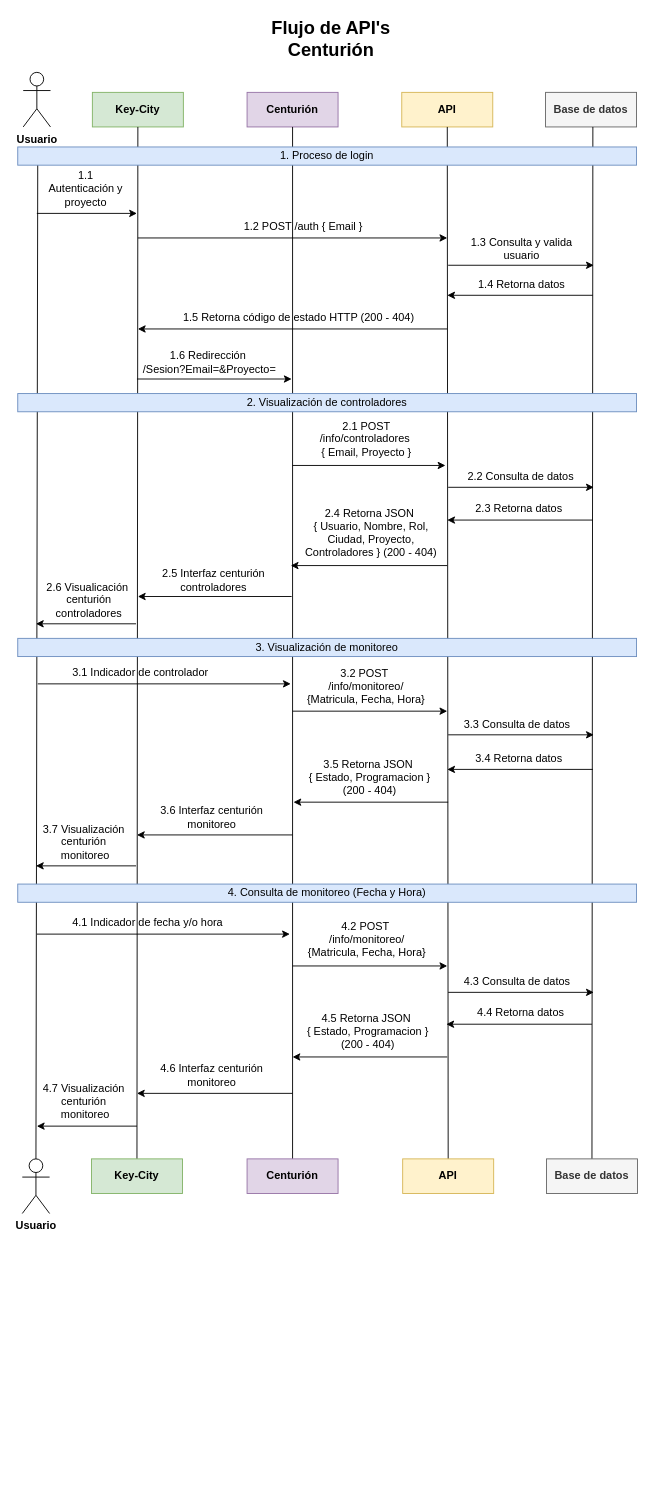
Earlier version of the draw.io diagram DiagramaCenturion.drawio (ChirinosM/Prueba). Source tidied: cells renumbered, new cells numbered last; positions are measured from the earlier drawing's top-left corner, leaving out a move shared by most shapes. Both pictures are drawn from the tidied source at 91%, with x=0, y=0 at pixel (17, 24).
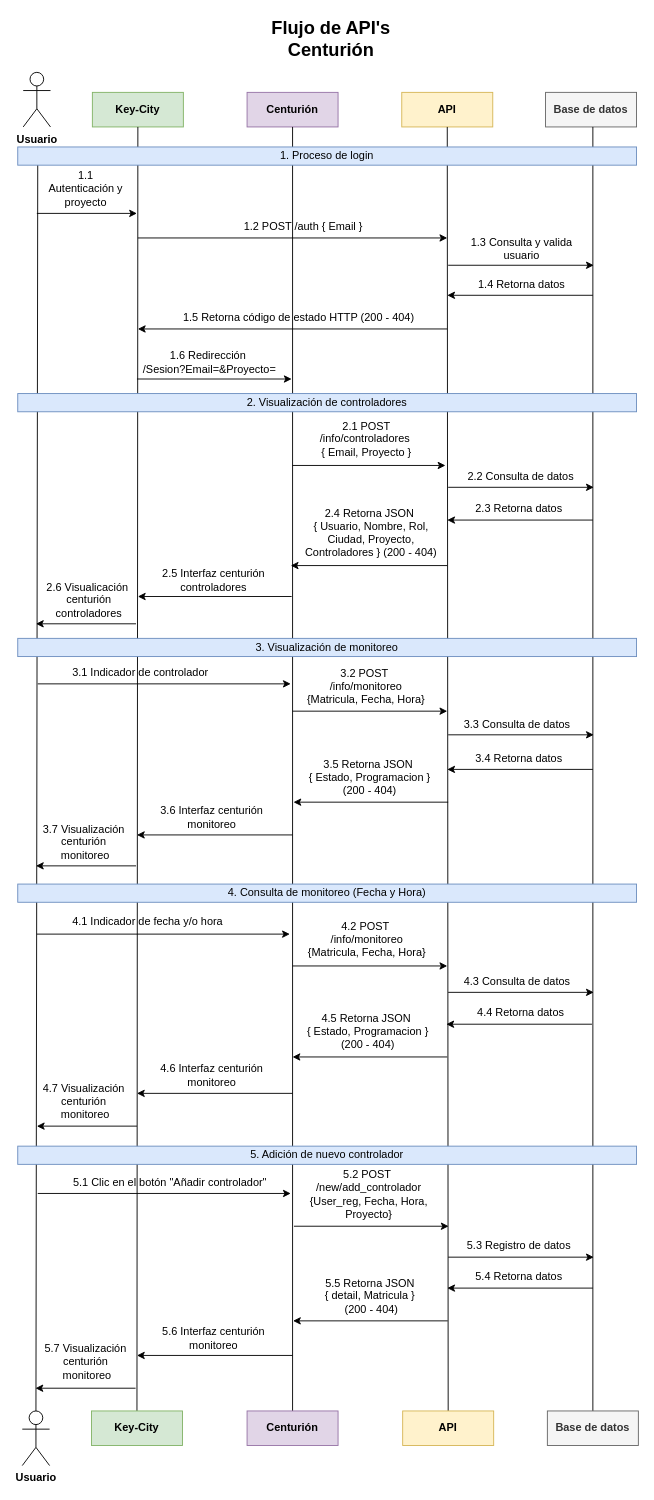
The same page after the edit.

The edit, as a diff of the source:
```diff
@@
-    <mxCell id="35" value="3.2 POST&amp;nbsp;&lt;div&gt;/info/monitoreo/&lt;div&gt;{Matricula, Fecha, Hora}&lt;/div&gt;&lt;/div&gt;" style="text;html=1;align=center;verticalAlign=middle;whiteSpace=wrap;rounded=0;" parent="1" vertex="1">
+    <mxCell id="35" value="3.2 POST&amp;nbsp;&lt;div&gt;/info/monitoreo&lt;div&gt;{Matricula, Fecha, Hora}&lt;/div&gt;&lt;/div&gt;" style="text;html=1;align=center;verticalAlign=middle;whiteSpace=wrap;rounded=0;" parent="1" vertex="1">
       <mxGeometry x="308" y="713" width="150" height="30" as="geometry" />
     </mxCell>
@@
     <mxCell id="45" value="Usuario" style="shape=umlActor;verticalLabelPosition=bottom;verticalAlign=top;html=1;outlineConnect=0;fontStyle=1;" parent="1" vertex="1">
-      <mxGeometry x="5" y="1247" width="30" height="60" as="geometry" />
+      <mxGeometry x="5" y="1524" width="30" height="60" as="geometry" />
     </mxCell>
     <mxCell id="46" value="&lt;b&gt;Key-City&lt;/b&gt;" style="rounded=0;whiteSpace=wrap;html=1;fillColor=#d5e8d4;strokeColor=#82b366;" parent="1" vertex="1">
-      <mxGeometry x="81" y="1247" width="100" height="38" as="geometry" />
+      <mxGeometry x="81" y="1524" width="100" height="38" as="geometry" />
     </mxCell>
     <mxCell id="47" value="&lt;b&gt;Centurión&lt;/b&gt;" style="rounded=0;whiteSpace=wrap;html=1;fillColor=#e1d5e7;strokeColor=#9673a6;" parent="1" vertex="1">
-      <mxGeometry x="252" y="1247" width="100" height="38" as="geometry" />
+      <mxGeometry x="252" y="1524" width="100" height="38" as="geometry" />
     </mxCell>
     <mxCell id="48" value="&lt;b&gt;API&lt;/b&gt;" style="rounded=0;whiteSpace=wrap;html=1;fillColor=#fff2cc;strokeColor=#d6b656;" parent="1" vertex="1">
-      <mxGeometry x="423" y="1247" width="100" height="38" as="geometry" />
+      <mxGeometry x="423" y="1524" width="100" height="38" as="geometry" />
     </mxCell>
     <mxCell id="49" value="&lt;b&gt;Base de datos&lt;/b&gt;" style="rounded=0;whiteSpace=wrap;html=1;fillColor=#f5f5f5;fontColor=#333333;strokeColor=#666666;" parent="1" vertex="1">
-      <mxGeometry x="581" y="1247" width="100" height="38" as="geometry" />
+      <mxGeometry x="582" y="1524" width="100" height="38" as="geometry" />
     </mxCell>
@@
     <mxCell id="61" value="4.1 Indicador de fecha y/o hora" style="text;html=1;align=center;verticalAlign=middle;whiteSpace=wrap;rounded=0;" parent="1" vertex="1">
-      <mxGeometry x="58" y="973" width="170" height="30" as="geometry" />
+      <mxGeometry x="58" y="972" width="170" height="30" as="geometry" />
     </mxCell>
@@
-    <mxCell id="63" value="4.2 POST&amp;nbsp;&lt;div&gt;/info/monitoreo/&lt;div&gt;{Matricula, Fecha, Hora}&lt;/div&gt;&lt;/div&gt;" style="text;html=1;align=center;verticalAlign=middle;whiteSpace=wrap;rounded=0;" parent="1" vertex="1">
+    <mxCell id="63" value="4.2 POST&amp;nbsp;&lt;div&gt;/info/monitoreo&lt;div&gt;{Matricula, Fecha, Hora}&lt;/div&gt;&lt;/div&gt;" style="text;html=1;align=center;verticalAlign=middle;whiteSpace=wrap;rounded=0;" parent="1" vertex="1">
       <mxGeometry x="308.5" y="991" width="150" height="30" as="geometry" />
     </mxCell>
@@
+    <mxCell id="74" value="5. Adición de nuevo controlador" style="rounded=0;whiteSpace=wrap;html=1;fillColor=#dae8fc;strokeColor=#6c8ebf;" parent="1" vertex="1">
+      <mxGeometry y="1233" width="680" height="20" as="geometry" />
+    </mxCell>
+    <mxCell id="75" style="endArrow=classic;html=1;rounded=0;" parent="1" edge="1">
+      <mxGeometry relative="1" as="geometry">
+        <mxPoint x="22" y="1285" as="sourcePoint" />
+        <mxPoint x="300" y="1285" as="targetPoint" />
+      </mxGeometry>
+    </mxCell>
+    <mxCell id="76" value="5.1 Clic en el botón &quot;Añadir controlador&quot;" style="text;html=1;align=center;verticalAlign=middle;whiteSpace=wrap;rounded=0;" parent="1" vertex="1">
+      <mxGeometry x="51" y="1258" width="233" height="30" as="geometry" />
+    </mxCell>
+    <mxCell id="77" style="endArrow=classic;html=1;rounded=0;" parent="1" edge="1">
+      <mxGeometry relative="1" as="geometry">
+        <mxPoint x="303.5" y="1321" as="sourcePoint" />
+        <mxPoint x="473.5" y="1321" as="targetPoint" />
+      </mxGeometry>
+    </mxCell>
+    <mxCell id="78" value="5.2 POST&amp;nbsp;&lt;div&gt;/new/add_controlador&lt;div&gt;{User_reg, Fecha, Hora, Proyecto}&lt;/div&gt;&lt;/div&gt;" style="text;html=1;align=center;verticalAlign=middle;whiteSpace=wrap;rounded=0;" parent="1" vertex="1">
+      <mxGeometry x="310.5" y="1271" width="150" height="30" as="geometry" />
+    </mxCell>
+    <mxCell id="79" style="endArrow=classic;html=1;rounded=0;" parent="1" edge="1">
+      <mxGeometry relative="1" as="geometry">
+        <mxPoint x="473" y="1355" as="sourcePoint" />
+        <mxPoint x="633" y="1355" as="targetPoint" />
+      </mxGeometry>
+    </mxCell>
+    <mxCell id="80" value="5.3 Registro de datos" style="text;html=1;align=center;verticalAlign=middle;whiteSpace=wrap;rounded=0;" parent="1" vertex="1">
+      <mxGeometry x="477" y="1327" width="148" height="30" as="geometry" />
+    </mxCell>
+    <mxCell id="81" style="endArrow=classic;html=1;rounded=0;" parent="1" edge="1">
+      <mxGeometry relative="1" as="geometry">
+        <mxPoint x="632" y="1389" as="sourcePoint" />
+        <mxPoint x="472" y="1389" as="targetPoint" />
+      </mxGeometry>
+    </mxCell>
+    <mxCell id="82" value="5.4 Retorna datos" style="text;html=1;align=center;verticalAlign=middle;whiteSpace=wrap;rounded=0;" parent="1" vertex="1">
+      <mxGeometry x="477" y="1363" width="148" height="27" as="geometry" />
+    </mxCell>
+    <mxCell id="83" style="endArrow=classic;html=1;rounded=0;" parent="1" edge="1">
+      <mxGeometry relative="1" as="geometry">
+        <mxPoint x="472.5" y="1425" as="sourcePoint" />
+        <mxPoint x="302.5" y="1425" as="targetPoint" />
+      </mxGeometry>
+    </mxCell>
+    <mxCell id="84" value="5.5 Retorna JSON&amp;nbsp;&lt;div&gt;{ detail, Matricula }&amp;nbsp;&lt;/div&gt;&lt;div&gt;(200 - 404)&lt;/div&gt;" style="text;html=1;align=center;verticalAlign=middle;whiteSpace=wrap;rounded=0;" parent="1" vertex="1">
+      <mxGeometry x="315" y="1384" width="148" height="27" as="geometry" />
+    </mxCell>
+    <mxCell id="85" style="endArrow=classic;html=1;rounded=0;" parent="1" edge="1">
+      <mxGeometry relative="1" as="geometry">
+        <mxPoint x="302" y="1463" as="sourcePoint" />
+        <mxPoint x="131" y="1463" as="targetPoint" />
+      </mxGeometry>
+    </mxCell>
+    <mxCell id="86" value="5.6 Interfaz centurión monitoreo" style="text;html=1;align=center;verticalAlign=middle;whiteSpace=wrap;rounded=0;" parent="1" vertex="1">
+      <mxGeometry x="143" y="1429" width="145" height="30" as="geometry" />
+    </mxCell>
+    <mxCell id="87" style="endArrow=classic;html=1;rounded=0;" parent="1" edge="1">
+      <mxGeometry relative="1" as="geometry">
+        <mxPoint x="129.5" y="1499" as="sourcePoint" />
+        <mxPoint x="19.5" y="1499" as="targetPoint" />
+      </mxGeometry>
+    </mxCell>
+    <mxCell id="88" value="5.7 Visualización&amp;nbsp;&lt;div&gt;centurión&amp;nbsp;&lt;/div&gt;&lt;div&gt;monitoreo&lt;/div&gt;" style="text;html=1;align=center;verticalAlign=middle;whiteSpace=wrap;rounded=0;" parent="1" vertex="1">
+      <mxGeometry x="4" y="1455" width="145" height="30" as="geometry" />
+    </mxCell>
```
